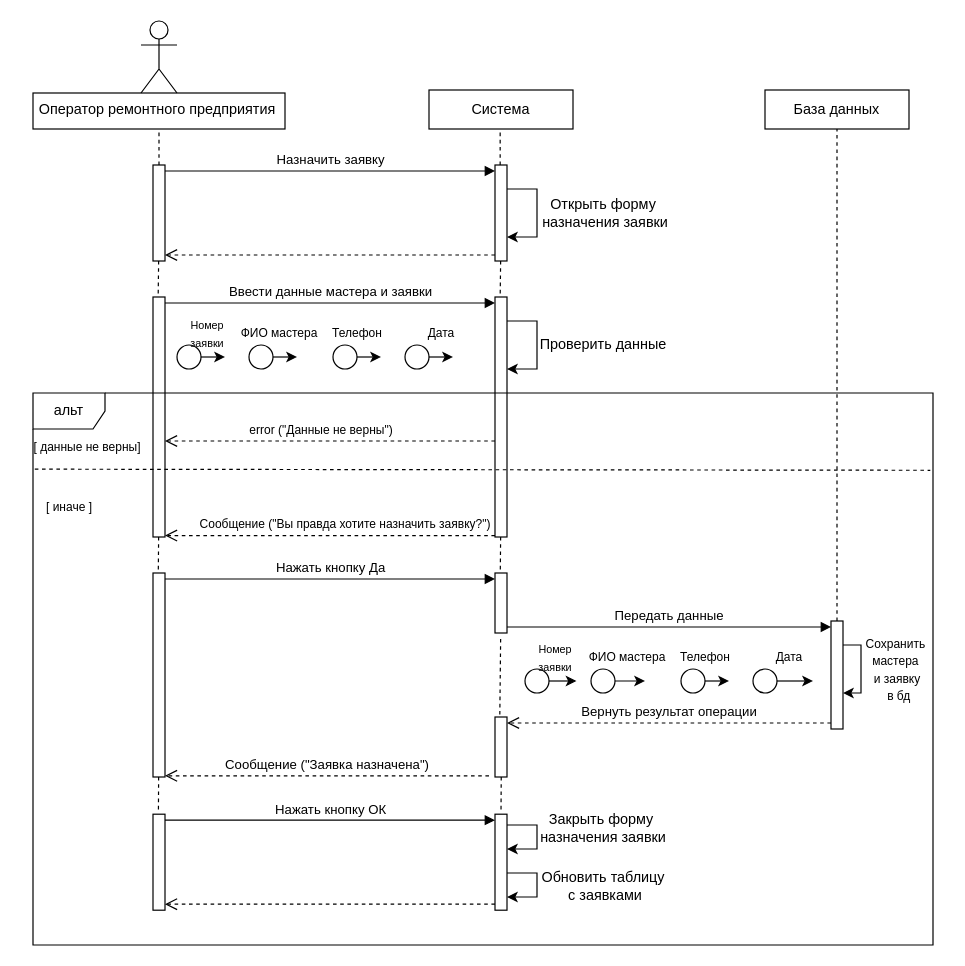
The draw.io diagram page "Страница — 3" (3 of 5) of Задание 2.drawio in ghgghgghgghgghg/tetris, before the edit. Source tidied: cells renumbered, new cells numbered last; positions are measured from the earlier drawing's top-left corner, leaving out a move shared by most shapes. Both pictures are drawn from the tidied source at 120%, with x=0, y=0 at pixel (20, 20).
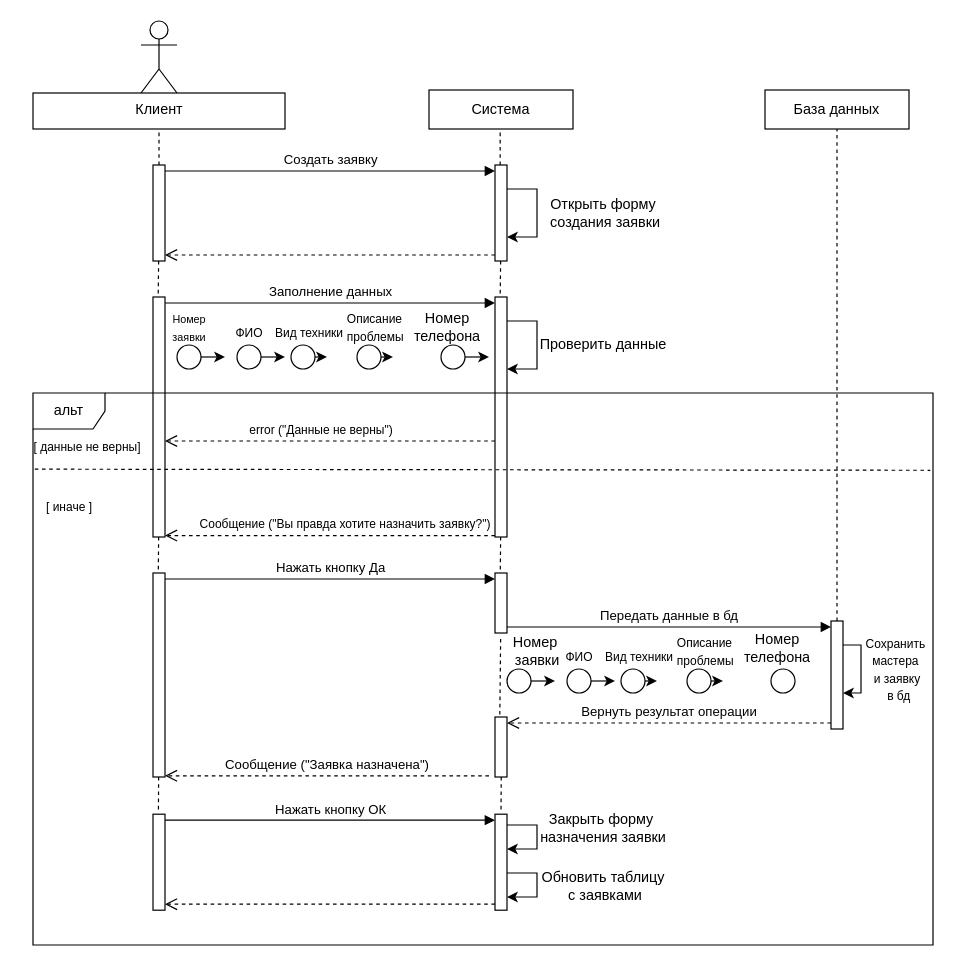
Above is the later version.

The change refers to these unchanged cells:
```xml
<mxCell id="13" style="html=1;points=[[0,0,0,0,5],[0,1,0,0,-5],[1,0,0,0,5],[1,1,0,0,-5]];perimeter=orthogonalPerimeter;outlineConnect=0;targetShapes=umlLifeline;portConstraint=eastwest;newEdgeStyle={&quot;curved&quot;:0,&quot;rounded&quot;:0};" parent="1" vertex="1">
  <mxGeometry x="110" y="120" width="10" height="80" as="geometry" />
</mxCell>
<mxCell id="16" style="html=1;points=[[0,0,0,0,5],[0,1,0,0,-5],[1,0,0,0,5],[1,1,0,0,-5]];perimeter=orthogonalPerimeter;outlineConnect=0;targetShapes=umlLifeline;portConstraint=eastwest;newEdgeStyle={&quot;curved&quot;:0,&quot;rounded&quot;:0};" parent="1" vertex="1">
  <mxGeometry x="395" y="120" width="10" height="80" as="geometry" />
</mxCell>
<mxCell id="17" style="html=1;points=[[0,0,0,0,5],[0,1,0,0,-5],[1,0,0,0,5],[1,1,0,0,-5]];perimeter=orthogonalPerimeter;outlineConnect=0;targetShapes=umlLifeline;portConstraint=eastwest;newEdgeStyle={&quot;curved&quot;:0,&quot;rounded&quot;:0};" parent="1" vertex="1">
  <mxGeometry x="395" y="230" width="10" height="200" as="geometry" />
</mxCell>
<mxCell id="19" style="html=1;points=[[0,0,0,0,5],[0,1,0,0,-5],[1,0,0,0,5],[1,1,0,0,-5]];perimeter=orthogonalPerimeter;outlineConnect=0;targetShapes=umlLifeline;portConstraint=eastwest;newEdgeStyle={&quot;curved&quot;:0,&quot;rounded&quot;:0};" parent="1" vertex="1">
  <mxGeometry x="110" y="230" width="10" height="200" as="geometry" />
</mxCell>
<mxCell id="44" style="html=1;points=[[0,0,0,0,5],[0,1,0,0,-5],[1,0,0,0,5],[1,1,0,0,-5]];perimeter=orthogonalPerimeter;outlineConnect=0;targetShapes=umlLifeline;portConstraint=eastwest;newEdgeStyle={&quot;curved&quot;:0,&quot;rounded&quot;:0};" parent="1" vertex="1">
  <mxGeometry x="395" y="460" width="10" height="50" as="geometry" />
</mxCell>
<mxCell id="64" style="html=1;points=[[0,0,0,0,5],[0,1,0,0,-5],[1,0,0,0,5],[1,1,0,0,-5]];perimeter=orthogonalPerimeter;outlineConnect=0;targetShapes=umlLifeline;portConstraint=eastwest;newEdgeStyle={&quot;curved&quot;:0,&quot;rounded&quot;:0};" parent="1" vertex="1">
  <mxGeometry x="675" y="500" width="10" height="90" as="geometry" />
</mxCell>
```

The edit, as a diff of the source:
```diff
@@
-    <mxCell id="3" value="Оператор ремонтного предприятия&amp;nbsp;" style="shape=umlActor;verticalLabelPosition=bottom;verticalAlign=top;html=1;" parent="1" vertex="1">
+    <mxCell id="3" value="Клиент" style="shape=umlActor;verticalLabelPosition=bottom;verticalAlign=top;html=1;" parent="1" vertex="1">
       <mxGeometry x="100" width="30" height="60" as="geometry" />
     </mxCell>
@@
-    <mxCell id="10" value="Открыть форму&lt;div&gt;&amp;nbsp;назначения заявки&lt;/div&gt;" style="text;html=1;align=center;verticalAlign=middle;strokeColor=none;fillColor=none;" parent="1" vertex="1">
-      <mxGeometry x="420" y="140" width="130" height="40" as="geometry" />
+    <mxCell id="10" value="Открыть форму&lt;div&gt;&amp;nbsp;создания заявки&lt;/div&gt;" style="text;html=1;align=center;verticalAlign=middle;strokeColor=none;fillColor=none;" parent="1" vertex="1">
+      <mxGeometry x="425" y="140" width="120" height="40" as="geometry" />
     </mxCell>
@@
-    <mxCell id="14" value="Назначить заявку" style="html=1;verticalAlign=bottom;endArrow=block;curved=0;rounded=0;exitX=1;exitY=0;exitDx=0;exitDy=5;exitPerimeter=0;entryX=0;entryY=0;entryDx=0;entryDy=5;entryPerimeter=0;" parent="1" edge="1" source="13" target="16">
+    <mxCell id="14" value="Создать заявку" style="html=1;verticalAlign=bottom;endArrow=block;curved=0;rounded=0;exitX=1;exitY=0;exitDx=0;exitDy=5;exitPerimeter=0;entryX=0;entryY=0;entryDx=0;entryDy=5;entryPerimeter=0;" parent="1" edge="1" source="13" target="16">
       <mxGeometry relative="1" as="geometry" />
     </mxCell>
@@
-    <mxCell id="18" value="Ввести данные мастера и заявки" style="html=1;verticalAlign=bottom;endArrow=block;curved=0;rounded=0;entryX=0;entryY=0;entryDx=0;entryDy=5;exitX=1;exitY=0;exitDx=0;exitDy=5;exitPerimeter=0;" parent="1" edge="1" source="19" target="17">
+    <mxCell id="18" value="Заполнение данных" style="html=1;verticalAlign=bottom;endArrow=block;curved=0;rounded=0;entryX=0;entryY=0;entryDx=0;entryDy=5;exitX=1;exitY=0;exitDx=0;exitDy=5;exitPerimeter=0;" parent="1" edge="1" source="19" target="17">
       <mxGeometry relative="1" as="geometry" />
     </mxCell>
@@
     <mxCell id="24" style="edgeStyle=orthogonalEdgeStyle;rounded=0;jettySize=auto;html=1;" parent="1" edge="1" source="25">
       <mxGeometry relative="1" as="geometry">
-        <mxPoint x="230" y="280" as="targetPoint" />
+        <mxPoint x="220" y="280" as="targetPoint" />
+        <Array as="points">
+          <mxPoint x="210" y="280" />
+          <mxPoint x="210" y="280" />
+        </Array>
       </mxGeometry>
     </mxCell>
     <mxCell id="25" style="ellipse;whiteSpace=wrap;html=1;" parent="1" vertex="1">
-      <mxGeometry x="190" y="270" width="20" height="20" as="geometry" />
+      <mxGeometry x="180" y="270" width="20" height="20" as="geometry" />
     </mxCell>
     <mxCell id="26" value="&lt;font style=&quot;font-size: 9px;&quot;&gt;Номер&lt;/font&gt;&lt;div&gt;&lt;font style=&quot;font-size: 9px;&quot;&gt;заявки&lt;/font&gt;&lt;/div&gt;" style="text;html=1;align=center;verticalAlign=middle;strokeColor=none;fillColor=none;" parent="1" vertex="1">
-      <mxGeometry x="130" y="240" width="50" height="40" as="geometry" />
+      <mxGeometry x="115" y="235" width="50" height="40" as="geometry" />
     </mxCell>
-    <mxCell id="27" value="&lt;font size=&quot;1&quot;&gt;ФИО мастера&lt;/font&gt;" style="text;html=1;align=center;verticalAlign=middle;strokeColor=none;fillColor=none;" parent="1" vertex="1">
-      <mxGeometry x="170" y="245" width="90" height="30" as="geometry" />
+    <mxCell id="27" value="&lt;font size=&quot;1&quot;&gt;ФИО&lt;/font&gt;" style="text;html=1;align=center;verticalAlign=middle;strokeColor=none;fillColor=none;" parent="1" vertex="1">
+      <mxGeometry x="165" y="245" width="50" height="30" as="geometry" />
     </mxCell>
-    <mxCell id="28" style="edgeStyle=orthogonalEdgeStyle;rounded=0;jettySize=auto;html=1;" parent="1" edge="1" source="29">
-      <mxGeometry relative="1" as="geometry">
-        <mxPoint x="300" y="280" as="targetPoint" />
-      </mxGeometry>
-    </mxCell>
-    <mxCell id="29" style="ellipse;whiteSpace=wrap;html=1;" parent="1" vertex="1">
-      <mxGeometry x="260" y="270" width="20" height="20" as="geometry" />
-    </mxCell>
-    <mxCell id="30" value="&lt;font size=&quot;1&quot;&gt;Телефон&lt;/font&gt;" style="text;html=1;align=center;verticalAlign=middle;strokeColor=none;fillColor=none;" parent="1" vertex="1">
-      <mxGeometry x="250" y="245" width="60" height="30" as="geometry" />
+    <mxCell id="30" value="&lt;font size=&quot;1&quot;&gt;Вид техники&lt;/font&gt;" style="text;html=1;align=center;verticalAlign=middle;strokeColor=none;fillColor=none;" parent="1" vertex="1">
+      <mxGeometry x="200" y="245" width="80" height="30" as="geometry" />
     </mxCell>
     <mxCell id="31" style="edgeStyle=orthogonalEdgeStyle;rounded=0;jettySize=auto;html=1;" parent="1" edge="1" source="32">
       <mxGeometry relative="1" as="geometry">
-        <mxPoint x="360" y="280" as="targetPoint" />
+        <mxPoint x="310" y="280" as="targetPoint" />
+        <Array as="points">
+          <mxPoint x="310" y="280" />
+          <mxPoint x="310" y="280" />
+        </Array>
       </mxGeometry>
     </mxCell>
     <mxCell id="32" style="ellipse;whiteSpace=wrap;html=1;" parent="1" vertex="1">
-      <mxGeometry x="320" y="270" width="20" height="20" as="geometry" />
+      <mxGeometry x="280" y="270" width="20" height="20" as="geometry" />
     </mxCell>
-    <mxCell id="33" value="&lt;font size=&quot;1&quot;&gt;Дата&lt;/font&gt;" style="text;html=1;align=center;verticalAlign=middle;strokeColor=none;fillColor=none;" parent="1" vertex="1">
-      <mxGeometry x="325" y="245" width="50" height="30" as="geometry" />
+    <mxCell id="33" value="&lt;font size=&quot;1&quot;&gt;Описание&amp;nbsp;&lt;/font&gt;&lt;div&gt;&lt;font size=&quot;1&quot;&gt;проблемы&lt;/font&gt;&lt;/div&gt;" style="text;html=1;align=left;verticalAlign=middle;strokeColor=none;fillColor=none;" parent="1" vertex="1">
+      <mxGeometry x="270" y="235" width="70" height="40" as="geometry" />
     </mxCell>
@@
-    <mxCell id="48" style="ellipse;whiteSpace=wrap;html=1;" parent="1" vertex="1">
-      <mxGeometry x="420" y="540" width="20" height="20" as="geometry" />
-    </mxCell>
-    <mxCell id="49" style="edgeStyle=orthogonalEdgeStyle;rounded=0;jettySize=auto;html=1;" parent="1" edge="1" source="50">
-      <mxGeometry relative="1" as="geometry">
-        <mxPoint x="520" y="550" as="targetPoint" />
-      </mxGeometry>
-    </mxCell>
-    <mxCell id="50" style="ellipse;whiteSpace=wrap;html=1;" parent="1" vertex="1">
-      <mxGeometry x="475" y="540" width="20" height="20" as="geometry" />
-    </mxCell>
-    <mxCell id="51" value="&lt;font style=&quot;font-size: 9px;&quot;&gt;Номер&lt;/font&gt;&lt;div&gt;&lt;font style=&quot;font-size: 9px;&quot;&gt;заявки&lt;/font&gt;&lt;/div&gt;" style="text;html=1;align=center;verticalAlign=middle;points=[];strokeColor=none;fillColor=none;" parent="1" vertex="1">
-      <mxGeometry x="420" y="510" width="50" height="40" as="geometry" />
-    </mxCell>
-    <mxCell id="52" value="&lt;font size=&quot;1&quot;&gt;ФИО мастера&lt;/font&gt;" style="text;html=1;align=center;verticalAlign=middle;strokeColor=none;fillColor=none;" parent="1" vertex="1">
-      <mxGeometry x="460" y="515" width="90" height="30" as="geometry" />
-    </mxCell>
-    <mxCell id="53" style="ellipse;whiteSpace=wrap;html=1;" parent="1" vertex="1">
-      <mxGeometry x="550" y="540" width="20" height="20" as="geometry" />
-    </mxCell>
-    <mxCell id="54" value="&lt;font size=&quot;1&quot;&gt;Телефон&lt;/font&gt;" style="text;html=1;align=center;verticalAlign=middle;strokeColor=none;fillColor=none;" parent="1" vertex="1">
-      <mxGeometry x="540" y="515" width="60" height="30" as="geometry" />
-    </mxCell>
-    <mxCell id="55" style="ellipse;whiteSpace=wrap;html=1;" parent="1" vertex="1">
-      <mxGeometry x="610" y="540" width="20" height="20" as="geometry" />
-    </mxCell>
-    <mxCell id="56" value="&lt;font size=&quot;1&quot;&gt;Дата&lt;/font&gt;" style="text;html=1;align=center;verticalAlign=middle;strokeColor=none;fillColor=none;" parent="1" vertex="1">
-      <mxGeometry x="615" y="515" width="50" height="30" as="geometry" />
-    </mxCell>
-    <mxCell id="57" style="edgeStyle=orthogonalEdgeStyle;rounded=0;jettySize=auto;html=1;exitX=1;exitY=0.5;exitDx=0;exitDy=0;entryX=0.857;entryY=0.996;entryDx=0;entryDy=0;entryPerimeter=0;" parent="1" edge="1" source="48" target="51">
-      <mxGeometry relative="1" as="geometry" />
-    </mxCell>
-    <mxCell id="58" style="edgeStyle=orthogonalEdgeStyle;rounded=0;jettySize=auto;html=1;" parent="1" edge="1" source="53">
-      <mxGeometry relative="1" as="geometry">
-        <mxPoint x="590" y="550" as="targetPoint" />
-      </mxGeometry>
-    </mxCell>
-    <mxCell id="59" style="edgeStyle=orthogonalEdgeStyle;rounded=0;jettySize=auto;html=1;" parent="1" edge="1" source="55">
-      <mxGeometry relative="1" as="geometry">
-        <mxPoint x="660" y="550" as="targetPoint" />
-        <Array as="points">
-          <mxPoint x="660" y="550" />
-          <mxPoint x="660" y="550" />
-        </Array>
-      </mxGeometry>
-    </mxCell>
-    <mxCell id="60" value="Передать данные" style="html=1;verticalAlign=bottom;endArrow=block;curved=0;rounded=0;entryX=0;entryY=0;entryDx=0;entryDy=5;exitX=1;exitY=1;exitDx=0;exitDy=-5;exitPerimeter=0;" parent="1" edge="1" source="44" target="64">
+    <mxCell id="60" value="Передать данные в бд" style="html=1;verticalAlign=bottom;endArrow=block;curved=0;rounded=0;entryX=0;entryY=0;entryDx=0;entryDy=5;exitX=1;exitY=1;exitDx=0;exitDy=-5;exitPerimeter=0;" parent="1" edge="1" source="44" target="64">
       <mxGeometry relative="1" as="geometry" />
     </mxCell>
@@
+    <mxCell id="77" style="edgeStyle=orthogonalEdgeStyle;rounded=0;jettySize=auto;html=1;" parent="1" edge="1" source="78">
+      <mxGeometry relative="1" as="geometry">
+        <mxPoint x="390" y="280" as="targetPoint" />
+        <Array as="points">
+          <mxPoint x="390" y="280" />
+          <mxPoint x="390" y="280" />
+        </Array>
+      </mxGeometry>
+    </mxCell>
+    <mxCell id="78" style="ellipse;whiteSpace=wrap;html=1;" parent="1" vertex="1">
+      <mxGeometry x="350" y="270" width="20" height="20" as="geometry" />
+    </mxCell>
+    <mxCell id="79" style="edgeStyle=orthogonalEdgeStyle;rounded=0;jettySize=auto;html=1;exitX=1;exitY=0.5;exitDx=0;exitDy=0;" parent="1" edge="1" source="80">
+      <mxGeometry relative="1" as="geometry">
+        <mxPoint x="255" y="280" as="targetPoint" />
+      </mxGeometry>
+    </mxCell>
+    <mxCell id="80" style="ellipse;whiteSpace=wrap;html=1;" parent="1" vertex="1">
+      <mxGeometry x="225" y="270" width="20" height="20" as="geometry" />
+    </mxCell>
+    <mxCell id="81" value="Номер&lt;div&gt;телефона&lt;/div&gt;" style="text;html=1;align=center;verticalAlign=middle;strokeColor=none;fillColor=none;" parent="1" vertex="1">
+      <mxGeometry x="315" y="235" width="80" height="40" as="geometry" />
+    </mxCell>
+    <mxCell id="82" style="edgeStyle=orthogonalEdgeStyle;rounded=0;jettySize=auto;html=1;" parent="1" edge="1" source="83">
+      <mxGeometry relative="1" as="geometry">
+        <mxPoint x="445" y="550" as="targetPoint" />
+      </mxGeometry>
+    </mxCell>
+    <mxCell id="83" style="ellipse;whiteSpace=wrap;html=1;" parent="1" vertex="1">
+      <mxGeometry x="405" y="540" width="20" height="20" as="geometry" />
+    </mxCell>
+    <mxCell id="84" style="edgeStyle=orthogonalEdgeStyle;rounded=0;jettySize=auto;html=1;" parent="1" edge="1" source="85">
+      <mxGeometry relative="1" as="geometry">
+        <mxPoint x="495" y="550" as="targetPoint" />
+        <Array as="points">
+          <mxPoint x="485" y="550" />
+          <mxPoint x="485" y="550" />
+        </Array>
+      </mxGeometry>
+    </mxCell>
+    <mxCell id="85" style="ellipse;whiteSpace=wrap;html=1;" parent="1" vertex="1">
+      <mxGeometry x="455" y="540" width="20" height="20" as="geometry" />
+    </mxCell>
+    <mxCell id="86" value="&lt;font size=&quot;1&quot;&gt;ФИО&lt;/font&gt;" style="text;html=1;align=center;verticalAlign=middle;strokeColor=none;fillColor=none;" parent="1" vertex="1">
+      <mxGeometry x="440" y="515" width="50" height="30" as="geometry" />
+    </mxCell>
+    <mxCell id="87" value="&lt;font size=&quot;1&quot;&gt;Вид техники&lt;/font&gt;" style="text;html=1;align=center;verticalAlign=middle;strokeColor=none;fillColor=none;" parent="1" vertex="1">
+      <mxGeometry x="475" y="515" width="80" height="30" as="geometry" />
+    </mxCell>
+    <mxCell id="88" style="edgeStyle=orthogonalEdgeStyle;rounded=0;jettySize=auto;html=1;" parent="1" edge="1" source="89">
+      <mxGeometry relative="1" as="geometry">
+        <mxPoint x="585" y="550" as="targetPoint" />
+        <Array as="points">
+          <mxPoint x="585" y="550" />
+          <mxPoint x="585" y="550" />
+        </Array>
+      </mxGeometry>
+    </mxCell>
+    <mxCell id="89" style="ellipse;whiteSpace=wrap;html=1;" parent="1" vertex="1">
+      <mxGeometry x="555" y="540" width="20" height="20" as="geometry" />
+    </mxCell>
+    <mxCell id="90" value="&lt;font size=&quot;1&quot;&gt;Описание&amp;nbsp;&lt;/font&gt;&lt;div&gt;&lt;font size=&quot;1&quot;&gt;проблемы&lt;/font&gt;&lt;/div&gt;" style="text;html=1;align=left;verticalAlign=middle;strokeColor=none;fillColor=none;" parent="1" vertex="1">
+      <mxGeometry x="545" y="505" width="70" height="40" as="geometry" />
+    </mxCell>
+    <mxCell id="91" style="ellipse;whiteSpace=wrap;html=1;" parent="1" vertex="1">
+      <mxGeometry x="625" y="540" width="20" height="20" as="geometry" />
+    </mxCell>
+    <mxCell id="92" style="edgeStyle=orthogonalEdgeStyle;rounded=0;jettySize=auto;html=1;exitX=1;exitY=0.5;exitDx=0;exitDy=0;" parent="1" edge="1" source="93">
+      <mxGeometry relative="1" as="geometry">
+        <mxPoint x="530" y="550" as="targetPoint" />
+      </mxGeometry>
+    </mxCell>
+    <mxCell id="93" style="ellipse;whiteSpace=wrap;html=1;" parent="1" vertex="1">
+      <mxGeometry x="500" y="540" width="20" height="20" as="geometry" />
+    </mxCell>
+    <mxCell id="94" value="Номер&lt;div&gt;телефона&lt;/div&gt;" style="text;html=1;align=center;verticalAlign=middle;strokeColor=none;fillColor=none;" parent="1" vertex="1">
+      <mxGeometry x="590" y="503" width="80" height="40" as="geometry" />
+    </mxCell>
+    <mxCell id="51" value="Номер&amp;nbsp;&lt;div&gt;заявки&lt;/div&gt;" style="text;html=1;align=center;verticalAlign=middle;points=[];strokeColor=none;fillColor=none;" parent="1" vertex="1">
+      <mxGeometry x="400" y="505" width="60" height="40" as="geometry" />
+    </mxCell>
```
